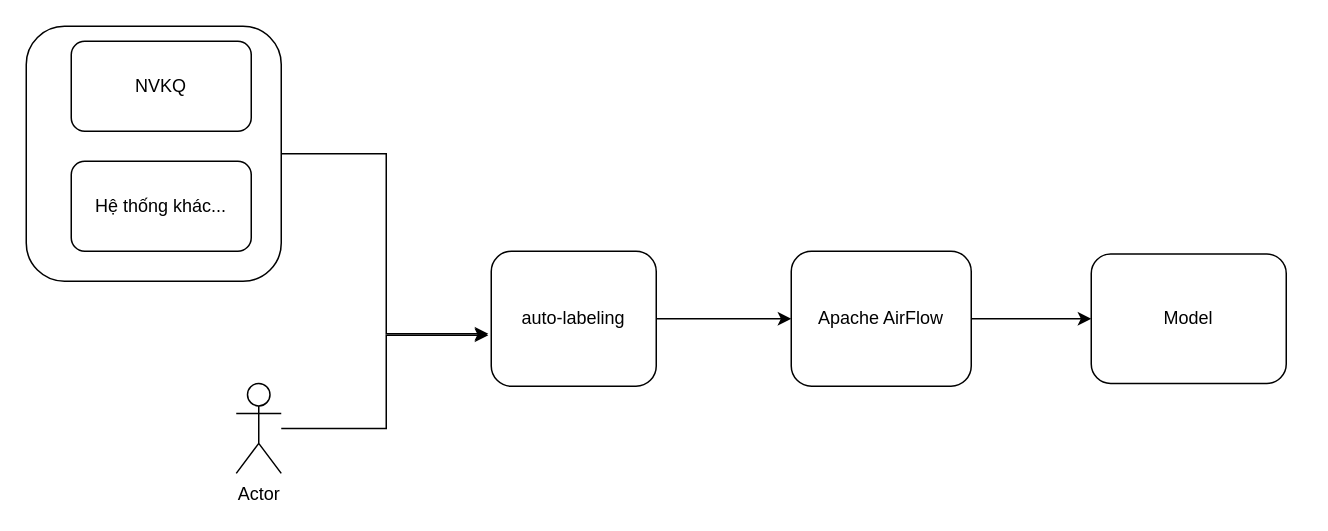
Before: flow.drawio in chuyendq9x/adm, a draw.io diagram. Source tidied: cells renumbered, new cells numbered last; positions are measured from the earlier drawing's top-left corner, leaving out a move shared by most shapes. Both pictures are drawn from the tidied source at 150%, with x=0, y=0 at pixel (26, 26).
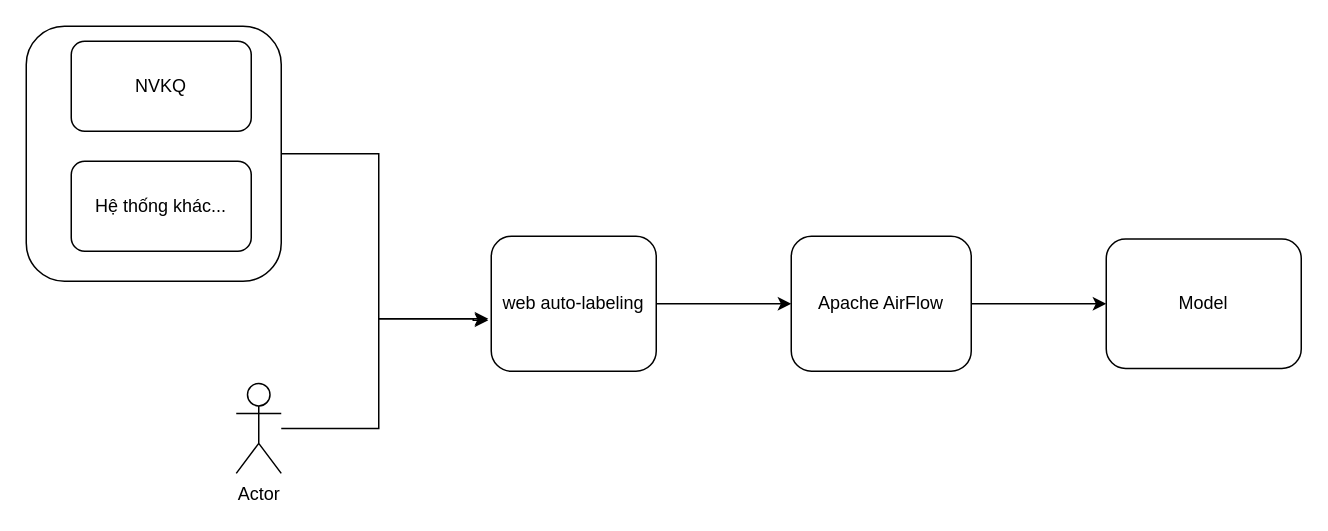
After the change.

What changed in the source:
```diff
@@
 <mxGraphModel>
   <root>
     <mxCell id="0" />
     <mxCell id="1" parent="0" />
     <mxCell id="2" style="rounded=1;whiteSpace=wrap;html=1;" parent="1" vertex="1">
       <mxGeometry width="170" height="170" as="geometry" />
     </mxCell>
     <mxCell id="3" style="edgeStyle=orthogonalEdgeStyle;rounded=0;jettySize=auto;html=1;entryX=-0.018;entryY=0.622;entryDx=0;entryDy=0;entryPerimeter=0;" parent="1" edge="1" source="4" target="9">
-      <mxGeometry relative="1" as="geometry" />
+      <mxGeometry relative="1" as="geometry">
+        <Array as="points">
+          <mxPoint x="235" y="268" />
+          <mxPoint x="235" y="195" />
+          <mxPoint x="298" y="195" />
+        </Array>
+      </mxGeometry>
     </mxCell>
     <mxCell id="4" value="Actor" style="shape=umlActor;verticalLabelPosition=bottom;verticalAlign=top;html=1;outlineConnect=0;" parent="1" vertex="1">
       <mxGeometry x="140" y="238.1" width="30" height="60" as="geometry" />
     </mxCell>
     <mxCell id="5" value="NVKQ" style="rounded=1;whiteSpace=wrap;html=1;" parent="1" vertex="1">
       <mxGeometry x="30" y="10" width="120" height="60" as="geometry" />
     </mxCell>
     <mxCell id="6" style="edgeStyle=orthogonalEdgeStyle;rounded=0;jettySize=auto;html=1;entryX=-0.018;entryY=0.611;entryDx=0;entryDy=0;entryPerimeter=0;exitX=1;exitY=0.5;exitDx=0;exitDy=0;" parent="1" edge="1" source="2" target="9">
-      <mxGeometry relative="1" as="geometry" />
+      <mxGeometry relative="1" as="geometry">
+        <Array as="points">
+          <mxPoint x="235" y="85" />
+          <mxPoint x="235" y="195" />
+          <mxPoint x="298" y="195" />
+        </Array>
+      </mxGeometry>
     </mxCell>
     <mxCell id="7" value="Hệ thống khác..." style="rounded=1;whiteSpace=wrap;html=1;" parent="1" vertex="1">
       <mxGeometry x="30" y="90" width="120" height="60" as="geometry" />
     </mxCell>
     <mxCell id="8" style="edgeStyle=orthogonalEdgeStyle;rounded=0;jettySize=auto;html=1;entryX=0;entryY=0.5;entryDx=0;entryDy=0;" parent="1" edge="1" source="9" target="11">
       <mxGeometry relative="1" as="geometry" />
     </mxCell>
-    <mxCell id="9" value="auto-labeling" style="rounded=1;whiteSpace=wrap;html=1;" parent="1" vertex="1">
-      <mxGeometry x="310" y="150" width="110" height="90" as="geometry" />
+    <mxCell id="9" value="web auto-labeling" style="rounded=1;whiteSpace=wrap;html=1;" parent="1" vertex="1">
+      <mxGeometry x="310" y="140" width="110" height="90" as="geometry" />
     </mxCell>
     <mxCell id="10" style="edgeStyle=orthogonalEdgeStyle;rounded=0;jettySize=auto;html=1;" parent="1" edge="1" source="11" target="12">
       <mxGeometry relative="1" as="geometry" />
     </mxCell>
     <mxCell id="11" value="Apache AirFlow" style="rounded=1;whiteSpace=wrap;html=1;" parent="1" vertex="1">
-      <mxGeometry x="510" y="150" width="120" height="90" as="geometry" />
+      <mxGeometry x="510" y="140" width="120" height="90" as="geometry" />
     </mxCell>
     <mxCell id="12" value="Model" style="rounded=1;whiteSpace=wrap;html=1;" parent="1" vertex="1">
-      <mxGeometry x="710" y="151.9" width="130" height="86.2" as="geometry" />
+      <mxGeometry x="720" y="141.9" width="130" height="86.2" as="geometry" />
     </mxCell>
   </root>
 </mxGraphModel>
```
